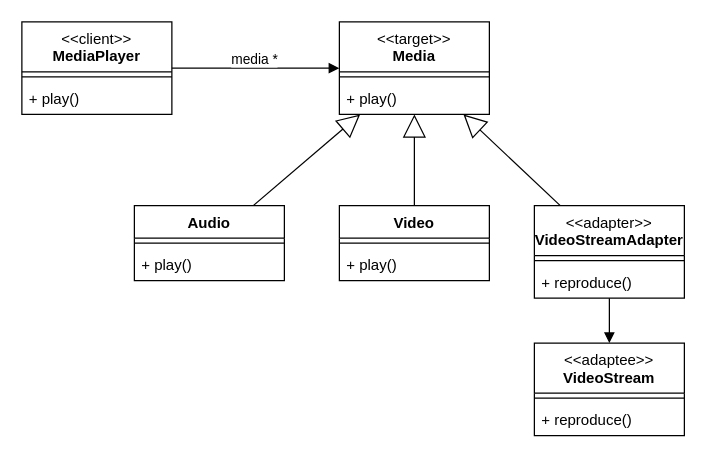
This is 02_Prácticas/03-patrones/03-media-player/03-media-player.drawio from senrasunlp/OO2-2025, a draw.io file, before an edit. Source tidied: cells renumbered, new cells numbered last; positions are measured from the earlier drawing's top-left corner, leaving out a move shared by most shapes. Both pictures are drawn from the tidied source at 125%, with x=0, y=0 at pixel (21, 21).
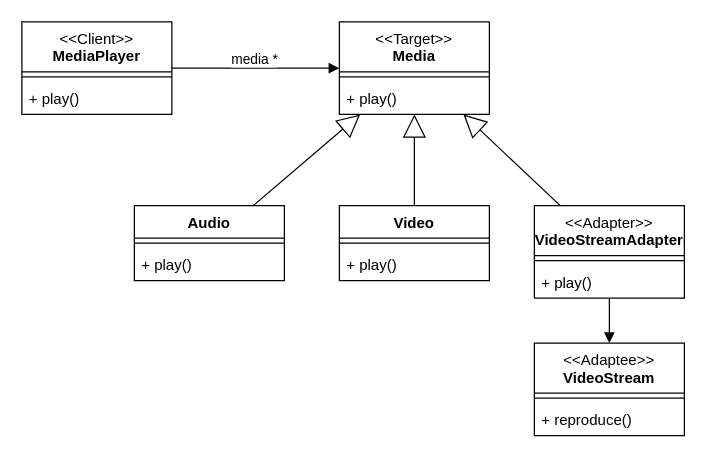
The same diagram, later.

Commit message (it also covers changes not shown here):
Corrections of exercises 2, 3 and 4, with ther respectives UML diagrams

What changed in the source:
```diff
@@
-    <mxCell id="2" value="&lt;span style=&quot;font-weight: normal;&quot;&gt;&amp;lt;&amp;lt;client&amp;gt;&amp;gt;&lt;/span&gt;&lt;br&gt;MediaPlayer" style="swimlane;fontStyle=1;align=center;verticalAlign=top;horizontal=1;startSize=40;whiteSpace=wrap;html=1;" parent="1" vertex="1">
+    <mxCell id="2" value="&lt;span style=&quot;font-weight: normal;&quot;&gt;&amp;lt;&amp;lt;Client&amp;gt;&amp;gt;&lt;/span&gt;&lt;br&gt;MediaPlayer" style="swimlane;fontStyle=1;align=center;verticalAlign=top;horizontal=1;startSize=40;whiteSpace=wrap;html=1;" parent="1" vertex="1">
       <mxGeometry width="120" height="74" as="geometry" />
     </mxCell>
@@
-    <mxCell id="5" value="&lt;span style=&quot;font-weight: normal;&quot;&gt;&amp;lt;&amp;lt;target&amp;gt;&amp;gt;&lt;/span&gt;&lt;br&gt;Media" style="swimlane;fontStyle=1;align=center;verticalAlign=top;horizontal=1;startSize=40;whiteSpace=wrap;html=1;" parent="1" vertex="1">
+    <mxCell id="5" value="&lt;span style=&quot;font-weight: normal;&quot;&gt;&amp;lt;&amp;lt;Target&amp;gt;&amp;gt;&lt;/span&gt;&lt;br&gt;Media" style="swimlane;fontStyle=1;align=center;verticalAlign=top;horizontal=1;startSize=40;whiteSpace=wrap;html=1;" parent="1" vertex="1">
       <mxGeometry x="254" width="120" height="74" as="geometry" />
     </mxCell>
@@
-    <mxCell id="15" value="&lt;span style=&quot;font-weight: normal;&quot;&gt;&amp;lt;&amp;lt;adaptee&amp;gt;&amp;gt;&lt;/span&gt;&lt;br&gt;VideoStream" style="swimlane;fontStyle=1;align=center;verticalAlign=top;horizontal=1;startSize=40;whiteSpace=wrap;html=1;" parent="1" vertex="1">
+    <mxCell id="15" value="&lt;span style=&quot;font-weight: normal;&quot;&gt;&amp;lt;&amp;lt;Adaptee&amp;gt;&amp;gt;&lt;/span&gt;&lt;br&gt;VideoStream" style="swimlane;fontStyle=1;align=center;verticalAlign=top;horizontal=1;startSize=40;whiteSpace=wrap;html=1;" parent="1" vertex="1">
       <mxGeometry x="410" y="257" width="120" height="74" as="geometry" />
     </mxCell>
@@
-    <mxCell id="18" value="&lt;span style=&quot;font-weight: normal;&quot;&gt;&amp;lt;&amp;lt;adapter&amp;gt;&amp;gt;&lt;/span&gt;&lt;br&gt;VideoStreamAdapter" style="swimlane;fontStyle=1;align=center;verticalAlign=top;horizontal=1;startSize=40;whiteSpace=wrap;html=1;" parent="1" vertex="1">
+    <mxCell id="18" value="&lt;span style=&quot;font-weight: normal;&quot;&gt;&amp;lt;&amp;lt;Adapter&amp;gt;&amp;gt;&lt;/span&gt;&lt;br&gt;VideoStreamAdapter" style="swimlane;fontStyle=1;align=center;verticalAlign=top;horizontal=1;startSize=40;whiteSpace=wrap;html=1;" parent="1" vertex="1">
       <mxGeometry x="410" y="147" width="120" height="74" as="geometry" />
     </mxCell>
@@
-    <mxCell id="20" value="+ reproduce()" style="text;strokeColor=none;fillColor=none;align=left;verticalAlign=top;spacingLeft=4;spacingRight=4;overflow=hidden;whiteSpace=wrap;html=1;" parent="18" vertex="1">
+    <mxCell id="20" value="+ play()" style="text;strokeColor=none;fillColor=none;align=left;verticalAlign=top;spacingLeft=4;spacingRight=4;overflow=hidden;whiteSpace=wrap;html=1;" parent="18" vertex="1">
       <mxGeometry y="48" width="120" height="26" as="geometry" />
     </mxCell>
```
